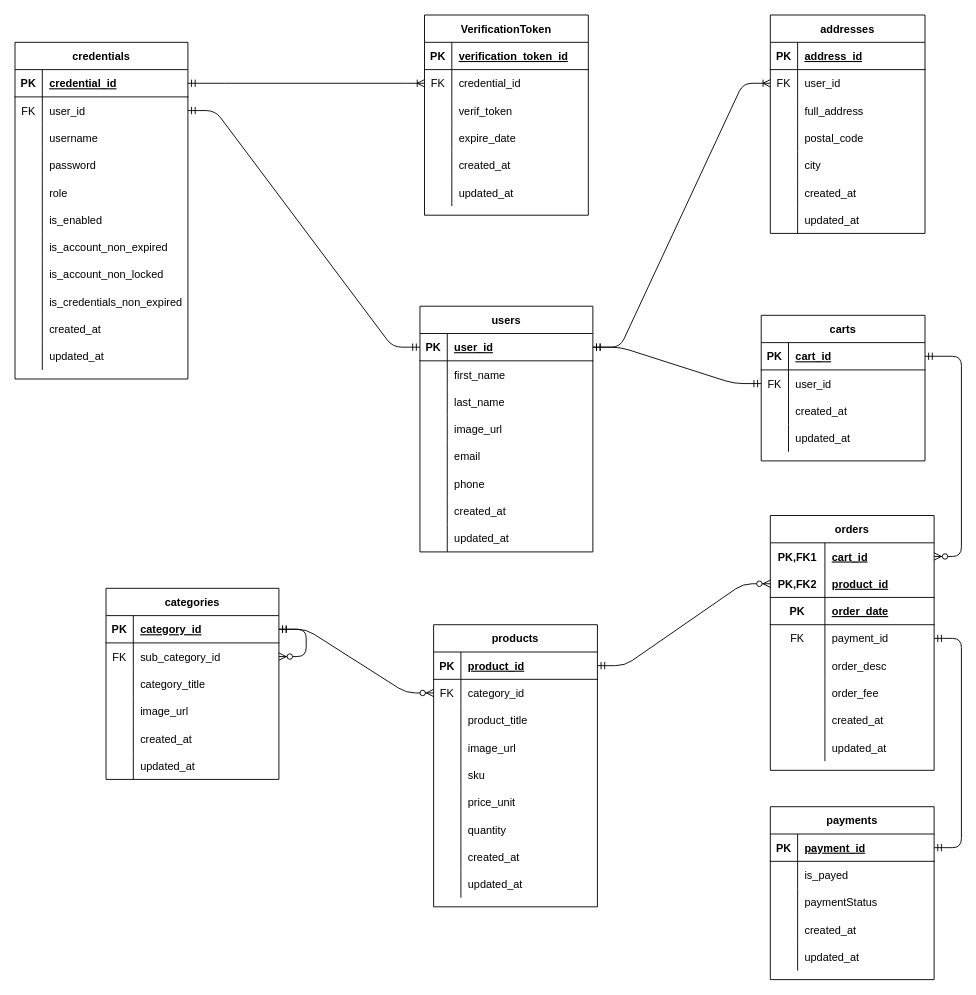
SelimHorri/ecommerce-monolithic-backend-app keeps this draw.io diagram as ecommerce-diag.drawio. Above is the earlier version. Source tidied: cells renumbered, new cells numbered last; positions are measured from the earlier drawing's top-left corner, leaving out a move shared by most shapes. Both pictures are drawn from the tidied source at 91%, with x=0, y=0 at pixel (15, 15).
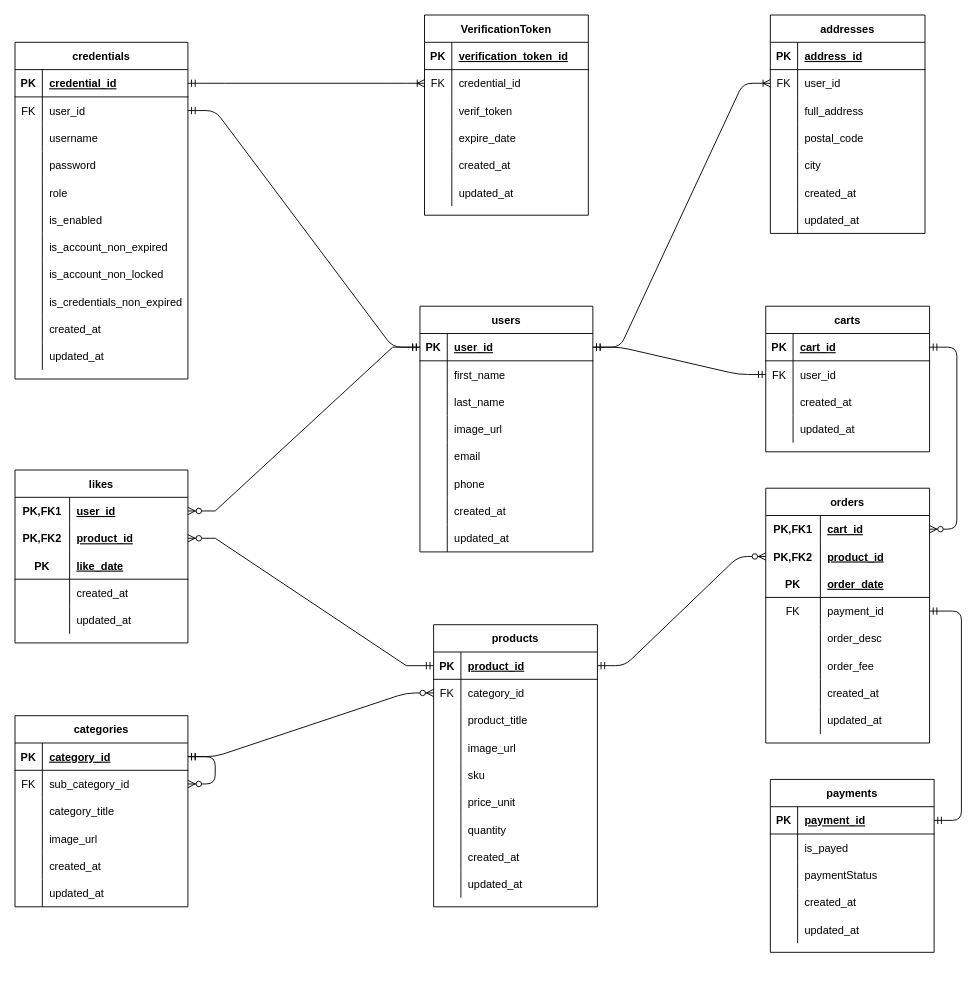
The same diagram, later.

Commit message (it also covers changes not shown here):
rectify ERD diagram

The change refers to these unchanged cells:
```xml
<mxCell id="3" style="shape=partialRectangle;fillColor=none;top=0;left=0;bottom=1;right=0;points=[[0,0.5],[1,0.5]];portConstraint=eastwest;" parent="2" vertex="1">
  <mxGeometry y="30" width="190" height="30" as="geometry" />
</mxCell>
<mxCell id="84" style="shape=partialRectangle;fillColor=none;top=0;left=0;bottom=1;right=0;points=[[0,0.5],[1,0.5]];portConstraint=eastwest;" parent="83" vertex="1">
  <mxGeometry y="30" width="180" height="30" as="geometry" />
</mxCell>
```

The edit, as a diff of the source:
```diff
@@
     <mxCell id="111" value="categories" style="shape=table;startSize=30;childLayout=tableLayout;rowLines=0;fontStyle=1;align=center;" parent="1" vertex="1">
-      <mxGeometry x="100" y="630" width="190" height="210" as="geometry" />
+      <mxGeometry y="770" width="190" height="210" as="geometry" />
     </mxCell>
@@
     <mxCell id="131" value="orders" style="shape=table;startSize=30;childLayout=tableLayout;rowLines=0;fontStyle=1;align=center;" parent="1" vertex="1">
-      <mxGeometry x="830" y="550" width="180" height="280" as="geometry" />
+      <mxGeometry x="825" y="520" width="180" height="280" as="geometry" />
     </mxCell>
@@
+    <mxCell id="212" style="shape=partialRectangle;fillColor=none;top=0;left=0;bottom=0;right=0;points=[[0,0.5],[1,0.5]];portConstraint=eastwest;" parent="131" vertex="1">
+      <mxGeometry y="60" width="180" height="30" as="geometry" />
+    </mxCell>
+    <mxCell id="213" value="PK,FK2" style="shape=partialRectangle;fillColor=none;top=0;left=0;bottom=0;right=0;fontStyle=1;overflow=hidden;" parent="212" vertex="1">
+      <mxGeometry width="60" height="30" as="geometry" />
+    </mxCell>
+    <mxCell id="214" value="product_id" style="shape=partialRectangle;fillColor=none;top=0;left=0;bottom=0;right=0;align=left;spacingLeft=6;fontStyle=5;overflow=hidden;" parent="212" vertex="1">
+      <mxGeometry x="60" width="120" height="30" as="geometry" />
+    </mxCell>
     <mxCell id="135" style="shape=partialRectangle;fillColor=none;top=0;left=0;bottom=1;right=0;points=[[0,0.5],[1,0.5]];portConstraint=eastwest;" parent="131" vertex="1">
-      <mxGeometry y="60" width="180" height="30" as="geometry" />
+      <mxGeometry y="90" width="180" height="30" as="geometry" />
     </mxCell>
-    <mxCell id="136" value="PK,FK2" style="shape=partialRectangle;fillColor=none;top=0;left=0;bottom=0;right=0;fontStyle=1;overflow=hidden;" parent="135" vertex="1">
+    <mxCell id="136" value="PK" style="shape=partialRectangle;fillColor=none;top=0;left=0;bottom=0;right=0;fontStyle=1;overflow=hidden;" parent="135" vertex="1">
       <mxGeometry width="60" height="30" as="geometry" />
     </mxCell>
-    <mxCell id="137" value="product_id" style="shape=partialRectangle;fillColor=none;top=0;left=0;bottom=0;right=0;align=left;spacingLeft=6;fontStyle=5;overflow=hidden;" parent="135" vertex="1">
+    <mxCell id="137" value="order_date" style="shape=partialRectangle;fillColor=none;top=0;left=0;bottom=0;right=0;align=left;spacingLeft=6;fontStyle=5;overflow=hidden;" parent="135" vertex="1">
       <mxGeometry x="60" width="120" height="30" as="geometry" />
     </mxCell>
-    <mxCell id="138" style="shape=partialRectangle;fillColor=none;top=0;left=0;bottom=1;right=0;" parent="131" vertex="1">
-      <mxGeometry y="90" width="180" height="30" as="geometry" />
-    </mxCell>
-    <mxCell id="139" value="PK" style="shape=partialRectangle;fillColor=none;top=0;left=0;bottom=0;right=0;fontStyle=1;overflow=hidden;" parent="138" vertex="1">
-      <mxGeometry width="60" height="30" as="geometry" />
-    </mxCell>
-    <mxCell id="140" value="order_date" style="shape=partialRectangle;fillColor=none;top=0;left=0;bottom=0;right=0;align=left;spacingLeft=6;fontStyle=5;overflow=hidden;" parent="138" vertex="1">
-      <mxGeometry x="60" width="120" height="30" as="geometry" />
-    </mxCell>
@@
     <mxCell id="156" value="payments" style="shape=table;startSize=30;childLayout=tableLayout;rowLines=0;fontStyle=1;align=center;" parent="1" vertex="1">
-      <mxGeometry x="830" y="870" width="180" height="190" as="geometry" />
+      <mxGeometry x="830" y="840" width="180" height="190" as="geometry" />
     </mxCell>
@@
     <mxCell id="174" value="carts" style="shape=table;startSize=30;childLayout=tableLayout;rowLines=0;fontStyle=1;align=center;" parent="1" vertex="1">
-      <mxGeometry x="820" y="330" width="180" height="160" as="geometry" />
+      <mxGeometry x="825" y="320" width="180" height="160" as="geometry" />
     </mxCell>
@@
-    <mxCell id="191" style="edgeStyle=entityRelationEdgeStyle;fontSize=12;html=1;endArrow=ERzeroToMany;startArrow=ERmandOne;" parent="1" edge="1" source="84" target="135">
+    <mxCell id="191" style="edgeStyle=entityRelationEdgeStyle;fontSize=12;html=1;endArrow=ERzeroToMany;startArrow=ERmandOne;" parent="1" edge="1" source="84" target="212">
       <mxGeometry relative="1" as="geometry" />
     </mxCell>
@@
+    <mxCell id="215" value="likes" style="shape=table;startSize=30;childLayout=tableLayout;rowLines=0;fontStyle=1;align=center;" parent="1" vertex="1">
+      <mxGeometry y="500" width="190" height="190" as="geometry" />
+    </mxCell>
+    <mxCell id="216" style="shape=partialRectangle;fillColor=none;top=0;left=0;bottom=0;right=0;points=[[0,0.5],[1,0.5]];portConstraint=eastwest;" parent="215" vertex="1">
+      <mxGeometry y="30" width="190" height="30" as="geometry" />
+    </mxCell>
+    <mxCell id="217" value="PK,FK1" style="shape=partialRectangle;fillColor=none;top=0;left=0;bottom=0;right=0;fontStyle=1;overflow=hidden;" parent="216" vertex="1">
+      <mxGeometry width="60" height="30" as="geometry" />
+    </mxCell>
+    <mxCell id="218" value="user_id" style="shape=partialRectangle;fillColor=none;top=0;left=0;bottom=0;right=0;align=left;spacingLeft=6;fontStyle=5;overflow=hidden;" parent="216" vertex="1">
+      <mxGeometry x="60" width="130" height="30" as="geometry" />
+    </mxCell>
+    <mxCell id="219" style="shape=partialRectangle;fillColor=none;top=0;left=0;bottom=0;right=0;points=[[0,0.5],[1,0.5]];portConstraint=eastwest;" parent="215" vertex="1">
+      <mxGeometry y="60" width="190" height="30" as="geometry" />
+    </mxCell>
+    <mxCell id="220" value="PK,FK2" style="shape=partialRectangle;fillColor=none;top=0;left=0;bottom=0;right=0;fontStyle=1;overflow=hidden;" parent="219" vertex="1">
+      <mxGeometry width="60" height="30" as="geometry" />
+    </mxCell>
+    <mxCell id="221" value="product_id" style="shape=partialRectangle;fillColor=none;top=0;left=0;bottom=0;right=0;align=left;spacingLeft=6;fontStyle=5;overflow=hidden;" parent="219" vertex="1">
+      <mxGeometry x="60" width="130" height="30" as="geometry" />
+    </mxCell>
+    <mxCell id="222" style="shape=partialRectangle;fillColor=none;top=0;left=0;bottom=1;right=0;" parent="215" vertex="1">
+      <mxGeometry y="90" width="190" height="30" as="geometry" />
+    </mxCell>
+    <mxCell id="139" value="PK" style="shape=partialRectangle;fillColor=none;top=0;left=0;bottom=0;right=0;fontStyle=1;overflow=hidden;" parent="222" vertex="1">
+      <mxGeometry width="60" height="30" as="geometry" />
+    </mxCell>
+    <mxCell id="223" value="like_date" style="shape=partialRectangle;fillColor=none;top=0;left=0;bottom=0;right=0;align=left;spacingLeft=6;fontStyle=5;overflow=hidden;" parent="222" vertex="1">
+      <mxGeometry x="60" width="130" height="30" as="geometry" />
+    </mxCell>
+    <mxCell id="224" style="shape=partialRectangle;fillColor=none;top=0;left=0;bottom=0;right=0;" parent="215" vertex="1">
+      <mxGeometry y="120" width="190" height="30" as="geometry" />
+    </mxCell>
+    <mxCell id="225" style="shape=partialRectangle;fillColor=none;top=0;left=0;bottom=0;right=0;overflow=hidden;" parent="224" vertex="1">
+      <mxGeometry width="60" height="30" as="geometry" />
+    </mxCell>
+    <mxCell id="226" value="created_at" style="shape=partialRectangle;fillColor=none;top=0;left=0;bottom=0;right=0;align=left;spacingLeft=6;overflow=hidden;" parent="224" vertex="1">
+      <mxGeometry x="60" width="130" height="30" as="geometry" />
+    </mxCell>
+    <mxCell id="227" style="shape=partialRectangle;fillColor=none;top=0;left=0;bottom=0;right=0;" parent="215" vertex="1">
+      <mxGeometry y="150" width="190" height="30" as="geometry" />
+    </mxCell>
+    <mxCell id="228" style="shape=partialRectangle;fillColor=none;top=0;left=0;bottom=0;right=0;overflow=hidden;" parent="227" vertex="1">
+      <mxGeometry width="60" height="30" as="geometry" />
+    </mxCell>
+    <mxCell id="229" value="updated_at" style="shape=partialRectangle;fillColor=none;top=0;left=0;bottom=0;right=0;align=left;spacingLeft=6;overflow=hidden;" parent="227" vertex="1">
+      <mxGeometry x="60" width="130" height="30" as="geometry" />
+    </mxCell>
+    <mxCell id="230" style="edgeStyle=entityRelationEdgeStyle;fontSize=12;html=1;endArrow=ERzeroToMany;startArrow=ERmandOne;rounded=0;" parent="1" edge="1" source="3" target="216">
+      <mxGeometry relative="1" as="geometry" />
+    </mxCell>
+    <mxCell id="231" style="edgeStyle=entityRelationEdgeStyle;fontSize=12;html=1;endArrow=ERzeroToMany;startArrow=ERmandOne;rounded=0;" parent="1" edge="1" source="84" target="219">
+      <mxGeometry relative="1" as="geometry" />
+    </mxCell>
```
